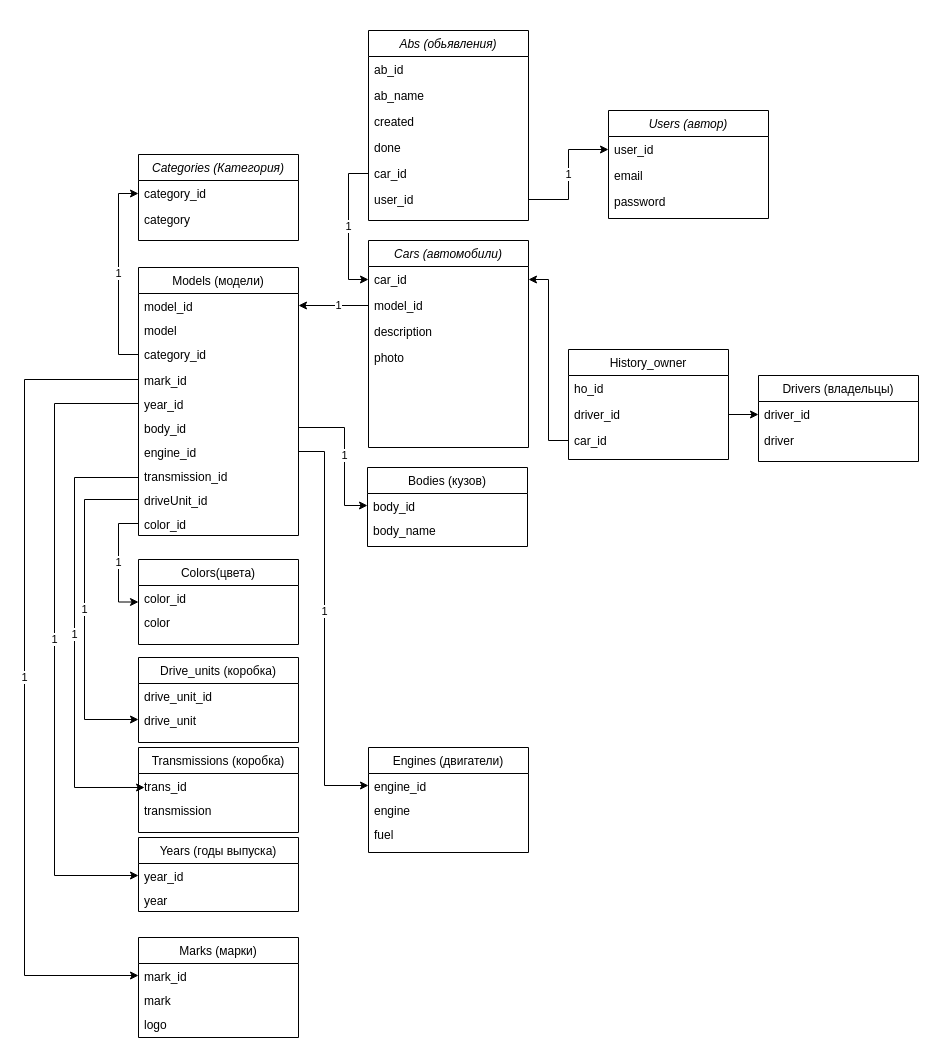
dima-abc/job4j_cars keeps this draw.io diagram as img/sql_diagram.drawio. Above is the earlier version. Source tidied: cells renumbered, new cells numbered last; positions are measured from the earlier drawing's top-left corner, leaving out a move shared by most shapes. Both pictures are drawn from the tidied source at 100%, with x=0, y=0 at pixel (24, 30).
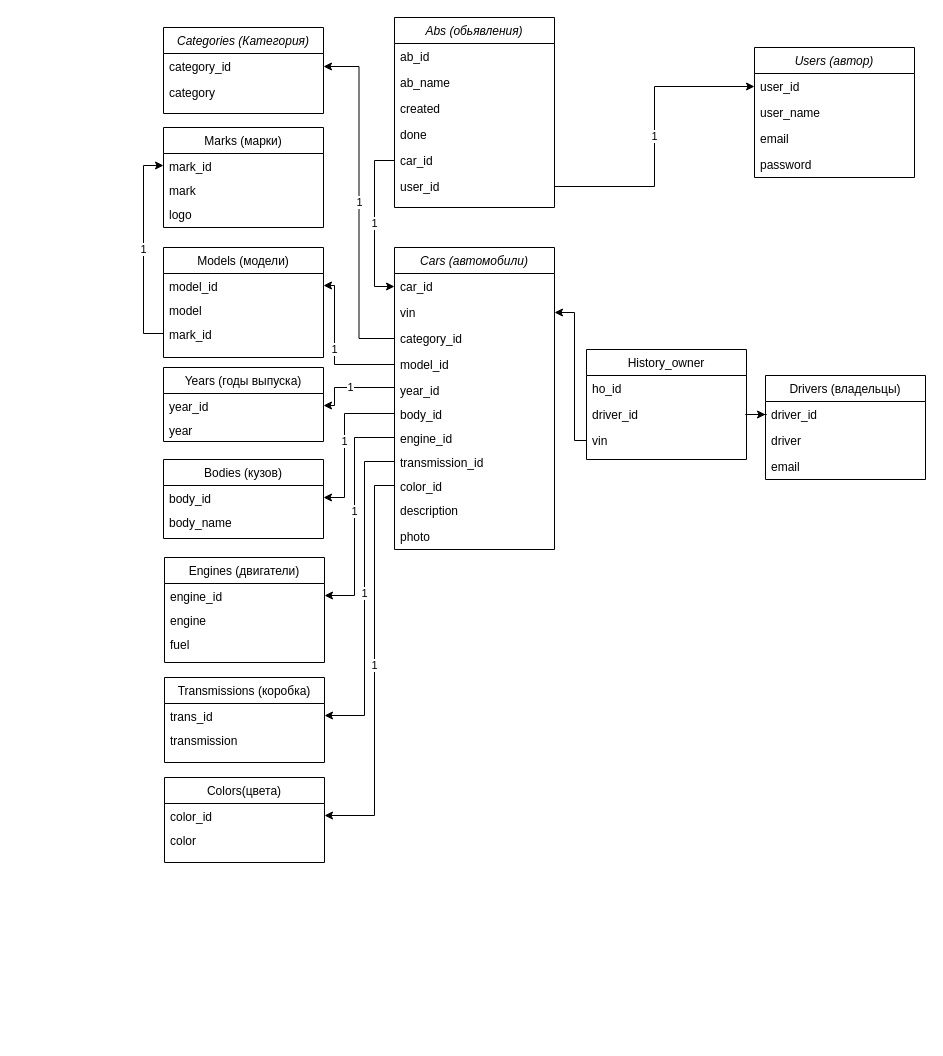
Above is the later version.

Unchanged cells that the change refers to:
```xml
<mxCell id="3" value="car_id" style="text;align=left;verticalAlign=top;spacingLeft=4;spacingRight=4;overflow=hidden;points=[[0,0.5],[1,0.5]];portConstraint=eastwest;" parent="2" vertex="1">
  <mxGeometry y="26" width="160" height="26" as="geometry" />
</mxCell>
<mxCell id="15" value="engine_id" style="text;align=left;verticalAlign=top;spacingLeft=4;spacingRight=4;overflow=hidden;points=[[0,0.5],[1,0.5]];portConstraint=eastwest;" parent="14" vertex="1">
  <mxGeometry y="26" width="160" height="24" as="geometry" />
</mxCell>
<mxCell id="22" value="model_id" style="text;align=left;verticalAlign=top;spacingLeft=4;spacingRight=4;overflow=hidden;points=[[0,0.5],[1,0.5]];portConstraint=eastwest;" parent="21" vertex="1">
  <mxGeometry y="26" width="160" height="24" as="geometry" />
</mxCell>
<mxCell id="33" value="mark_id    " style="text;align=left;verticalAlign=top;spacingLeft=4;spacingRight=4;overflow=hidden;points=[[0,0.5],[1,0.5]];portConstraint=eastwest;" parent="32" vertex="1">
  <mxGeometry y="26" width="160" height="24" as="geometry" />
</mxCell>
<mxCell id="37" value="body_id    " style="text;align=left;verticalAlign=top;spacingLeft=4;spacingRight=4;overflow=hidden;points=[[0,0.5],[1,0.5]];portConstraint=eastwest;" parent="36" vertex="1">
  <mxGeometry y="26" width="160" height="24" as="geometry" />
</mxCell>
<mxCell id="56" value="year_id" style="text;align=left;verticalAlign=top;spacingLeft=4;spacingRight=4;overflow=hidden;points=[[0,0.5],[1,0.5]];portConstraint=eastwest;" parent="55" vertex="1">
  <mxGeometry y="26" width="160" height="24" as="geometry" />
</mxCell>
<mxCell id="59" value="trans_id" style="text;align=left;verticalAlign=top;spacingLeft=4;spacingRight=4;overflow=hidden;points=[[0,0.5],[1,0.5]];portConstraint=eastwest;" parent="58" vertex="1">
  <mxGeometry y="26" width="160" height="24" as="geometry" />
</mxCell>
<mxCell id="67" value="color_id" style="text;align=left;verticalAlign=top;spacingLeft=4;spacingRight=4;overflow=hidden;points=[[0,0.5],[1,0.5]];portConstraint=eastwest;" parent="66" vertex="1">
  <mxGeometry y="26" width="160" height="24" as="geometry" />
</mxCell>
<mxCell id="71" value="category_id" style="text;align=left;verticalAlign=top;spacingLeft=4;spacingRight=4;overflow=hidden;points=[[0,0.5],[1,0.5]];portConstraint=eastwest;" parent="70" vertex="1">
  <mxGeometry y="26" width="160" height="26" as="geometry" />
</mxCell>
```

Diff of the diagram source:
```diff
@@
     <mxCell id="2" value="Cars (автомобили)" style="swimlane;fontStyle=2;align=center;verticalAlign=top;horizontal=1;startSize=26;rounded=0;shadow=0;strokeWidth=1;" parent="1" vertex="1">
-      <mxGeometry x="344" y="210" width="160" height="207" as="geometry" />
+      <mxGeometry x="370" y="217" width="160" height="302" as="geometry" />
     </mxCell>
@@
+    <mxCell id="76" value="vin" style="text;align=left;verticalAlign=top;spacingLeft=4;spacingRight=4;overflow=hidden;points=[[0,0.5],[1,0.5]];portConstraint=eastwest;" parent="2" vertex="1">
+      <mxGeometry y="52" width="160" height="26" as="geometry" />
+    </mxCell>
+    <mxCell id="24" value="category_id" style="text;align=left;verticalAlign=top;spacingLeft=4;spacingRight=4;overflow=hidden;points=[[0,0.5],[1,0.5]];portConstraint=eastwest;" parent="2" vertex="1">
+      <mxGeometry y="78" width="160" height="26" as="geometry" />
+    </mxCell>
     <mxCell id="4" value="model_id" style="text;align=left;verticalAlign=top;spacingLeft=4;spacingRight=4;overflow=hidden;points=[[0,0.5],[1,0.5]];portConstraint=eastwest;" parent="2" vertex="1">
-      <mxGeometry y="52" width="160" height="26" as="geometry" />
+      <mxGeometry y="104" width="160" height="26" as="geometry" />
     </mxCell>
+    <mxCell id="26" value="year_id" style="text;align=left;verticalAlign=top;spacingLeft=4;spacingRight=4;overflow=hidden;points=[[0,0.5],[1,0.5]];portConstraint=eastwest;" parent="2" vertex="1">
+      <mxGeometry y="130" width="160" height="24" as="geometry" />
+    </mxCell>
+    <mxCell id="27" value="body_id    " style="text;align=left;verticalAlign=top;spacingLeft=4;spacingRight=4;overflow=hidden;points=[[0,0.5],[1,0.5]];portConstraint=eastwest;" parent="2" vertex="1">
+      <mxGeometry y="154" width="160" height="24" as="geometry" />
+    </mxCell>
+    <mxCell id="28" value="engine_id" style="text;align=left;verticalAlign=top;spacingLeft=4;spacingRight=4;overflow=hidden;points=[[0,0.5],[1,0.5]];portConstraint=eastwest;" parent="2" vertex="1">
+      <mxGeometry y="178" width="160" height="24" as="geometry" />
+    </mxCell>
+    <mxCell id="29" value="transmission_id" style="text;align=left;verticalAlign=top;spacingLeft=4;spacingRight=4;overflow=hidden;points=[[0,0.5],[1,0.5]];portConstraint=eastwest;" parent="2" vertex="1">
+      <mxGeometry y="202" width="160" height="24" as="geometry" />
+    </mxCell>
+    <mxCell id="31" value="color_id" style="text;align=left;verticalAlign=top;spacingLeft=4;spacingRight=4;overflow=hidden;points=[[0,0.5],[1,0.5]];portConstraint=eastwest;" parent="2" vertex="1">
+      <mxGeometry y="226" width="160" height="24" as="geometry" />
+    </mxCell>
     <mxCell id="5" value="description" style="text;align=left;verticalAlign=top;spacingLeft=4;spacingRight=4;overflow=hidden;" parent="2" vertex="1">
-      <mxGeometry y="78" width="160" height="26" as="geometry" />
+      <mxGeometry y="250" width="160" height="26" as="geometry" />
     </mxCell>
     <mxCell id="6" value="photo" style="text;align=left;verticalAlign=top;spacingLeft=4;spacingRight=4;overflow=hidden;" parent="2" vertex="1">
-      <mxGeometry y="104" width="160" height="26" as="geometry" />
+      <mxGeometry y="276" width="160" height="26" as="geometry" />
     </mxCell>
     <mxCell id="7" value="Drivers (владельцы)" style="swimlane;fontStyle=0;align=center;verticalAlign=top;horizontal=1;startSize=26;rounded=0;shadow=0;strokeWidth=1;" parent="1" vertex="1">
-      <mxGeometry x="734" y="345" width="160" height="86" as="geometry" />
+      <mxGeometry x="741" y="345" width="160" height="104" as="geometry" />
     </mxCell>
@@
+    <mxCell id="77" value="email" style="text;align=left;verticalAlign=top;spacingLeft=4;spacingRight=4;overflow=hidden;" parent="7" vertex="1">
+      <mxGeometry y="78" width="160" height="26" as="geometry" />
+    </mxCell>
     <mxCell id="10" value="History_owner" style="swimlane;fontStyle=0;align=center;verticalAlign=top;horizontal=1;startSize=26;rounded=0;shadow=0;strokeWidth=1;" parent="1" vertex="1">
-      <mxGeometry x="544" y="319" width="160" height="110" as="geometry" />
+      <mxGeometry x="562" y="319" width="160" height="110" as="geometry" />
     </mxCell>
@@
-    <mxCell id="13" value="car_id" style="text;align=left;verticalAlign=top;spacingLeft=4;spacingRight=4;overflow=hidden;points=[[0,0.5],[1,0.5]];portConstraint=eastwest;" parent="10" vertex="1">
+    <mxCell id="13" value="vin" style="text;align=left;verticalAlign=top;spacingLeft=4;spacingRight=4;overflow=hidden;points=[[0,0.5],[1,0.5]];portConstraint=eastwest;" parent="10" vertex="1">
       <mxGeometry y="78" width="160" height="26" as="geometry" />
     </mxCell>
     <mxCell id="14" value="Engines (двигатели)" style="swimlane;fontStyle=0;align=center;verticalAlign=top;horizontal=1;startSize=26;rounded=0;shadow=0;strokeWidth=1;" parent="1" vertex="1">
-      <mxGeometry x="344" y="717" width="160" height="105" as="geometry" />
+      <mxGeometry x="140" y="527" width="160" height="105" as="geometry" />
     </mxCell>
@@
-    <mxCell id="18" value="1" style="edgeStyle=orthogonalEdgeStyle;rounded=0;jettySize=auto;html=1;entryX=0;entryY=0.5;entryDx=0;entryDy=0;exitX=1;exitY=0.5;exitDx=0;exitDy=0;" parent="1" edge="1" source="28" target="15">
-      <mxGeometry x="-0.08" relative="1" as="geometry">
-        <Array as="points">
-          <mxPoint x="300" y="421" />
-          <mxPoint x="300" y="755" />
-        </Array>
-      </mxGeometry>
-    </mxCell>
@@
-    <mxCell id="20" style="edgeStyle=orthogonalEdgeStyle;rounded=0;jettySize=auto;html=1;exitX=0;exitY=0.5;exitDx=0;exitDy=0;entryX=1;entryY=0.5;entryDx=0;entryDy=0;" parent="1" edge="1" source="13" target="3">
-      <mxGeometry relative="1" as="geometry" />
+    <mxCell id="20" style="edgeStyle=orthogonalEdgeStyle;rounded=0;jettySize=auto;html=1;exitX=0;exitY=0.5;exitDx=0;exitDy=0;entryX=1;entryY=0.5;entryDx=0;entryDy=0;" parent="1" edge="1" source="13" target="76">
+      <mxGeometry relative="1" as="geometry">
+        <Array as="points">
+          <mxPoint x="550" y="410" />
+          <mxPoint x="550" y="282" />
+        </Array>
+      </mxGeometry>
     </mxCell>
     <mxCell id="21" value="Models (модели)" style="swimlane;fontStyle=0;align=center;verticalAlign=top;horizontal=1;startSize=26;rounded=0;shadow=0;strokeWidth=1;" parent="1" vertex="1">
-      <mxGeometry x="114" y="237" width="160" height="268" as="geometry" />
+      <mxGeometry x="139" y="217" width="160" height="110" as="geometry" />
     </mxCell>
@@
-    <mxCell id="24" value="category_id" style="text;align=left;verticalAlign=top;spacingLeft=4;spacingRight=4;overflow=hidden;points=[[0,0.5],[1,0.5]];portConstraint=eastwest;" parent="21" vertex="1">
-      <mxGeometry y="74" width="160" height="26" as="geometry" />
-    </mxCell>
     <mxCell id="25" value="mark_id    " style="text;align=left;verticalAlign=top;spacingLeft=4;spacingRight=4;overflow=hidden;points=[[0,0.5],[1,0.5]];portConstraint=eastwest;" parent="21" vertex="1">
-      <mxGeometry y="100" width="160" height="24" as="geometry" />
+      <mxGeometry y="74" width="160" height="24" as="geometry" />
     </mxCell>
-    <mxCell id="26" value="year_id" style="text;align=left;verticalAlign=top;spacingLeft=4;spacingRight=4;overflow=hidden;points=[[0,0.5],[1,0.5]];portConstraint=eastwest;" parent="21" vertex="1">
-      <mxGeometry y="124" width="160" height="24" as="geometry" />
-    </mxCell>
-    <mxCell id="27" value="body_id    " style="text;align=left;verticalAlign=top;spacingLeft=4;spacingRight=4;overflow=hidden;points=[[0,0.5],[1,0.5]];portConstraint=eastwest;" parent="21" vertex="1">
-      <mxGeometry y="148" width="160" height="24" as="geometry" />
-    </mxCell>
-    <mxCell id="28" value="engine_id" style="text;align=left;verticalAlign=top;spacingLeft=4;spacingRight=4;overflow=hidden;points=[[0,0.5],[1,0.5]];portConstraint=eastwest;" parent="21" vertex="1">
-      <mxGeometry y="172" width="160" height="24" as="geometry" />
-    </mxCell>
-    <mxCell id="29" value="transmission_id" style="text;align=left;verticalAlign=top;spacingLeft=4;spacingRight=4;overflow=hidden;points=[[0,0.5],[1,0.5]];portConstraint=eastwest;" parent="21" vertex="1">
-      <mxGeometry y="196" width="160" height="24" as="geometry" />
-    </mxCell>
-    <mxCell id="30" value="driveUnit_id" style="text;align=left;verticalAlign=top;spacingLeft=4;spacingRight=4;overflow=hidden;points=[[0,0.5],[1,0.5]];portConstraint=eastwest;" parent="21" vertex="1">
-      <mxGeometry y="220" width="160" height="24" as="geometry" />
-    </mxCell>
-    <mxCell id="31" value="color_id" style="text;align=left;verticalAlign=top;spacingLeft=4;spacingRight=4;overflow=hidden;points=[[0,0.5],[1,0.5]];portConstraint=eastwest;" parent="21" vertex="1">
-      <mxGeometry y="244" width="160" height="24" as="geometry" />
-    </mxCell>
     <mxCell id="32" value="Marks (марки)" style="swimlane;fontStyle=0;align=center;verticalAlign=top;horizontal=1;startSize=26;rounded=0;shadow=0;strokeWidth=1;" parent="1" vertex="1">
-      <mxGeometry x="114" y="907" width="160" height="100" as="geometry" />
+      <mxGeometry x="139" y="97" width="160" height="100" as="geometry" />
     </mxCell>
@@
     <mxCell id="36" value="Bodies (кузов)" style="swimlane;fontStyle=0;align=center;verticalAlign=top;horizontal=1;startSize=26;rounded=0;shadow=0;strokeWidth=1;" parent="1" vertex="1">
-      <mxGeometry x="343" y="437" width="160" height="79" as="geometry" />
+      <mxGeometry x="139" y="429" width="160" height="79" as="geometry" />
     </mxCell>
@@
-    <mxCell id="39" value="1" style="edgeStyle=orthogonalEdgeStyle;rounded=0;jettySize=auto;html=1;exitX=1;exitY=0.5;exitDx=0;exitDy=0;entryX=0;entryY=0.5;entryDx=0;entryDy=0;" parent="1" edge="1" source="27" target="37">
-      <mxGeometry relative="1" as="geometry">
-        <Array as="points">
-          <mxPoint x="320" y="397" />
-          <mxPoint x="320" y="475" />
-        </Array>
-      </mxGeometry>
-    </mxCell>
-    <mxCell id="40" style="edgeStyle=orthogonalEdgeStyle;rounded=0;jettySize=auto;html=1;exitX=0;exitY=0.5;exitDx=0;exitDy=0;" parent="1" edge="1" source="4">
-      <mxGeometry relative="1" as="geometry">
-        <mxPoint x="274" y="275" as="targetPoint" />
-        <Array as="points">
-          <mxPoint x="274" y="275" />
-        </Array>
-      </mxGeometry>
-    </mxCell>
-    <mxCell id="41" value="&lt;div&gt;1&lt;/div&gt;" style="edgeLabel;html=1;align=center;verticalAlign=middle;" parent="40" vertex="1">
-      <mxGeometry x="-0.11" y="-1" relative="1" as="geometry" />
-    </mxCell>
     <mxCell id="42" value="Users (автор)" style="swimlane;fontStyle=2;align=center;verticalAlign=top;horizontal=1;startSize=26;rounded=0;shadow=0;strokeWidth=1;" parent="1" vertex="1">
-      <mxGeometry x="584" y="80" width="160" height="108" as="geometry" />
+      <mxGeometry x="730" y="17" width="160" height="130" as="geometry" />
     </mxCell>
@@
-    <mxCell id="44" value="email" style="text;align=left;verticalAlign=top;spacingLeft=4;spacingRight=4;overflow=hidden;" parent="42" vertex="1">
+    <mxCell id="44" value="user_name" style="text;align=left;verticalAlign=top;spacingLeft=4;spacingRight=4;overflow=hidden;" parent="42" vertex="1">
       <mxGeometry y="52" width="160" height="26" as="geometry" />
     </mxCell>
+    <mxCell id="78" value="email" style="text;align=left;verticalAlign=top;spacingLeft=4;spacingRight=4;overflow=hidden;" parent="42" vertex="1">
+      <mxGeometry y="78" width="160" height="26" as="geometry" />
+    </mxCell>
     <mxCell id="45" value="password" style="text;align=left;verticalAlign=top;spacingLeft=4;spacingRight=4;overflow=hidden;" parent="42" vertex="1">
-      <mxGeometry y="78" width="160" height="26" as="geometry" />
+      <mxGeometry y="104" width="160" height="26" as="geometry" />
     </mxCell>
     <mxCell id="46" value="Abs (обьявления)" style="swimlane;fontStyle=2;align=center;verticalAlign=top;horizontal=1;startSize=26;rounded=0;shadow=0;strokeWidth=1;" parent="1" vertex="1">
-      <mxGeometry x="344" width="160" height="190" as="geometry" />
+      <mxGeometry x="370" y="-13" width="160" height="190" as="geometry" />
     </mxCell>
@@
     <mxCell id="55" value="Years (годы выпуска)" style="swimlane;fontStyle=0;align=center;verticalAlign=top;horizontal=1;startSize=26;rounded=0;shadow=0;strokeWidth=1;" parent="1" vertex="1">
-      <mxGeometry x="114" y="807" width="160" height="74" as="geometry" />
+      <mxGeometry x="139" y="337" width="160" height="74" as="geometry" />
     </mxCell>
@@
     <mxCell id="58" value="Transmissions (коробка)" style="swimlane;fontStyle=0;align=center;verticalAlign=top;horizontal=1;startSize=26;rounded=0;shadow=0;strokeWidth=1;" parent="1" vertex="1">
-      <mxGeometry x="114" y="717" width="160" height="85" as="geometry" />
+      <mxGeometry x="140" y="647" width="160" height="85" as="geometry" />
     </mxCell>
@@
-    <mxCell id="61" value="1" style="edgeStyle=orthogonalEdgeStyle;rounded=0;jettySize=auto;html=1;exitX=0;exitY=0.5;exitDx=0;exitDy=0;entryX=0.038;entryY=0.583;entryDx=0;entryDy=0;entryPerimeter=0;" parent="1" edge="1" source="29" target="59">
-      <mxGeometry relative="1" as="geometry">
-        <Array as="points">
-          <mxPoint x="114" y="447" />
-          <mxPoint x="50" y="447" />
-          <mxPoint x="50" y="757" />
-        </Array>
-      </mxGeometry>
-    </mxCell>
-    <mxCell id="62" value="Drive_units (коробка)" style="swimlane;fontStyle=0;align=center;verticalAlign=top;horizontal=1;startSize=26;rounded=0;shadow=0;strokeWidth=1;" parent="1" vertex="1">
-      <mxGeometry x="114" y="627" width="160" height="85" as="geometry" />
-    </mxCell>
-    <mxCell id="63" value="drive_unit_id" style="text;align=left;verticalAlign=top;spacingLeft=4;spacingRight=4;overflow=hidden;" parent="62" vertex="1">
-      <mxGeometry y="26" width="160" height="24" as="geometry" />
-    </mxCell>
-    <mxCell id="64" value="drive_unit" style="text;align=left;verticalAlign=top;spacingLeft=4;spacingRight=4;overflow=hidden;points=[[0,0.5],[1,0.5]];portConstraint=eastwest;" parent="62" vertex="1">
-      <mxGeometry y="50" width="160" height="24" as="geometry" />
-    </mxCell>
-    <mxCell id="65" value="1" style="edgeStyle=orthogonalEdgeStyle;rounded=0;jettySize=auto;html=1;exitX=0;exitY=0.5;exitDx=0;exitDy=0;entryX=0;entryY=0.5;entryDx=0;entryDy=0;" parent="1" edge="1" source="30" target="64">
-      <mxGeometry relative="1" as="geometry">
-        <Array as="points">
-          <mxPoint x="60" y="469" />
-          <mxPoint x="60" y="689" />
-        </Array>
-      </mxGeometry>
-    </mxCell>
     <mxCell id="66" value="Colors(цвета)" style="swimlane;fontStyle=0;align=center;verticalAlign=top;horizontal=1;startSize=26;rounded=0;shadow=0;strokeWidth=1;" parent="1" vertex="1">
-      <mxGeometry x="114" y="529" width="160" height="85" as="geometry" />
+      <mxGeometry x="140" y="747" width="160" height="85" as="geometry" />
     </mxCell>
@@
-    <mxCell id="69" value="1" style="edgeStyle=orthogonalEdgeStyle;rounded=0;jettySize=auto;html=1;exitX=0;exitY=0.5;exitDx=0;exitDy=0;entryX=0;entryY=0.5;entryDx=0;entryDy=0;" parent="1" edge="1" source="31" target="66">
-      <mxGeometry relative="1" as="geometry">
-        <Array as="points">
-          <mxPoint x="94" y="493" />
-          <mxPoint x="94" y="572" />
-        </Array>
-      </mxGeometry>
-    </mxCell>
     <mxCell id="70" value="Categories (Категория)" style="swimlane;fontStyle=2;align=center;verticalAlign=top;horizontal=1;startSize=26;rounded=0;shadow=0;strokeWidth=1;" parent="1" vertex="1">
-      <mxGeometry x="114" y="124" width="160" height="86" as="geometry" />
+      <mxGeometry x="139" y="-3" width="160" height="86" as="geometry" />
     </mxCell>
@@
-    <mxCell id="73" value="1" style="edgeStyle=orthogonalEdgeStyle;rounded=0;jettySize=auto;html=1;exitX=0;exitY=0.5;exitDx=0;exitDy=0;entryX=0;entryY=0.5;entryDx=0;entryDy=0;" parent="1" edge="1" source="24" target="71">
+    <mxCell id="73" value="1" style="edgeStyle=orthogonalEdgeStyle;rounded=0;jettySize=auto;html=1;exitX=0;exitY=0.5;exitDx=0;exitDy=0;entryX=1;entryY=0.5;entryDx=0;entryDy=0;" parent="1" edge="1" source="24" target="71">
       <mxGeometry relative="1" as="geometry" />
     </mxCell>
+    <mxCell id="79" value="1" style="edgeStyle=orthogonalEdgeStyle;rounded=0;jettySize=auto;html=1;exitX=0;exitY=0.5;exitDx=0;exitDy=0;entryX=1;entryY=0.5;entryDx=0;entryDy=0;" parent="1" edge="1" source="4" target="22">
+      <mxGeometry relative="1" as="geometry">
+        <Array as="points">
+          <mxPoint x="310" y="334" />
+          <mxPoint x="310" y="255" />
+        </Array>
+      </mxGeometry>
+    </mxCell>
+    <mxCell id="75" value="1" style="edgeStyle=orthogonalEdgeStyle;rounded=0;jettySize=auto;html=1;exitX=0;exitY=0.5;exitDx=0;exitDy=0;entryX=0;entryY=0.5;entryDx=0;entryDy=0;" parent="1" edge="1" source="25" target="33">
+      <mxGeometry relative="1" as="geometry" />
+    </mxCell>
-    <mxCell id="74" value="1" style="edgeStyle=orthogonalEdgeStyle;rounded=0;jettySize=auto;html=1;exitX=0;exitY=0.5;exitDx=0;exitDy=0;entryX=0;entryY=0.5;entryDx=0;entryDy=0;" parent="1" edge="1" source="26" target="56">
+    <mxCell id="74" value="1" style="edgeStyle=orthogonalEdgeStyle;rounded=0;jettySize=auto;html=1;exitX=0;exitY=0.5;exitDx=0;exitDy=0;entryX=1;entryY=0.5;entryDx=0;entryDy=0;" parent="1" edge="1" source="26" target="56">
       <mxGeometry relative="1" as="geometry">
         <Array as="points">
-          <mxPoint x="30" y="373" />
-          <mxPoint x="30" y="845" />
+          <mxPoint x="370" y="357" />
+          <mxPoint x="310" y="357" />
+          <mxPoint x="310" y="375" />
         </Array>
       </mxGeometry>
     </mxCell>
-    <mxCell id="75" value="1" style="edgeStyle=orthogonalEdgeStyle;rounded=0;jettySize=auto;html=1;exitX=0;exitY=0.5;exitDx=0;exitDy=0;entryX=0;entryY=0.5;entryDx=0;entryDy=0;" parent="1" edge="1" source="25" target="33">
-      <mxGeometry relative="1" as="geometry">
-        <Array as="points">
-          <mxPoint y="349" />
-          <mxPoint y="945" />
-        </Array>
-      </mxGeometry>
-    </mxCell>
+    <mxCell id="39" value="1" style="edgeStyle=orthogonalEdgeStyle;rounded=0;jettySize=auto;html=1;exitX=0;exitY=0.5;exitDx=0;exitDy=0;entryX=1;entryY=0.5;entryDx=0;entryDy=0;" parent="1" edge="1" source="27" target="37">
+      <mxGeometry relative="1" as="geometry">
+        <Array as="points">
+          <mxPoint x="320" y="383" />
+          <mxPoint x="320" y="467" />
+        </Array>
+      </mxGeometry>
+    </mxCell>
+    <mxCell id="18" value="1" style="edgeStyle=orthogonalEdgeStyle;rounded=0;jettySize=auto;html=1;exitX=0;exitY=0.5;exitDx=0;exitDy=0;entryX=1;entryY=0.5;entryDx=0;entryDy=0;" parent="1" edge="1" source="28" target="15">
+      <mxGeometry relative="1" as="geometry">
+        <Array as="points">
+          <mxPoint x="330" y="407" />
+          <mxPoint x="330" y="565" />
+        </Array>
+      </mxGeometry>
+    </mxCell>
+    <mxCell id="61" value="1" style="edgeStyle=orthogonalEdgeStyle;rounded=0;jettySize=auto;html=1;exitX=0;exitY=0.5;exitDx=0;exitDy=0;entryX=1;entryY=0.5;entryDx=0;entryDy=0;" parent="1" edge="1" source="29" target="59">
+      <mxGeometry relative="1" as="geometry">
+        <Array as="points">
+          <mxPoint x="340" y="431" />
+          <mxPoint x="340" y="685" />
+        </Array>
+      </mxGeometry>
+    </mxCell>
+    <mxCell id="80" value="1" style="edgeStyle=orthogonalEdgeStyle;rounded=0;jettySize=auto;html=1;exitX=0;exitY=0.5;exitDx=0;exitDy=0;entryX=1;entryY=0.5;entryDx=0;entryDy=0;" parent="1" edge="1" source="31" target="67">
+      <mxGeometry relative="1" as="geometry">
+        <Array as="points">
+          <mxPoint x="350" y="455" />
+          <mxPoint x="350" y="785" />
+        </Array>
+      </mxGeometry>
+    </mxCell>
```
